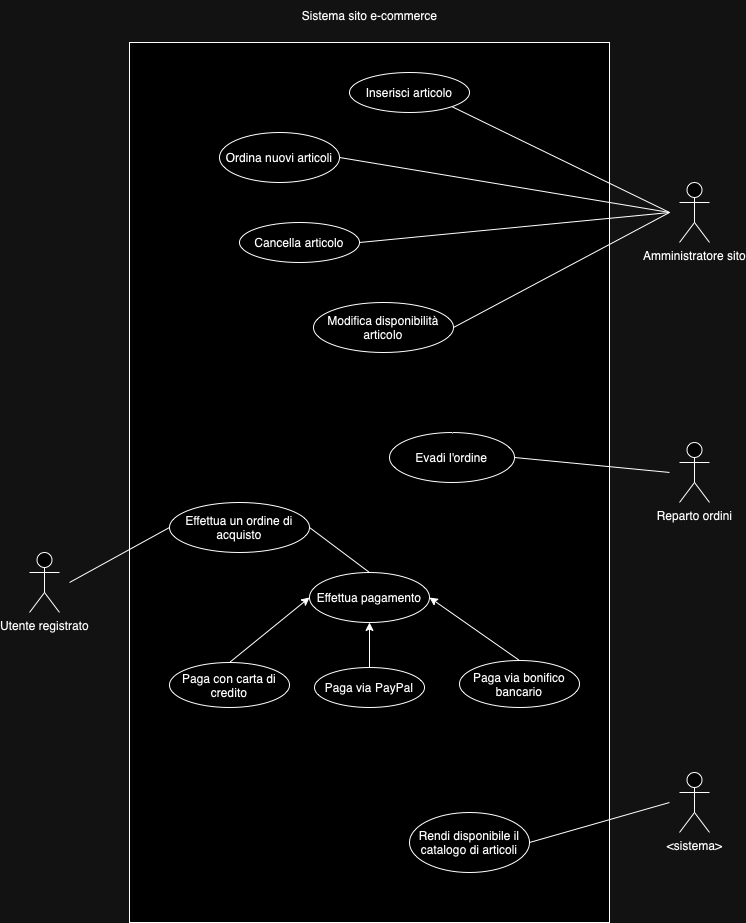
Above: PNG/Diagramma use case.png in nicolaschianchiitis/Sistema-Sito-e-commerce (draw.io), before the change. Source tidied: cells renumbered, new cells last; positions are measured from the earlier drawing's top-left corner, leaving out a move shared by most shapes.
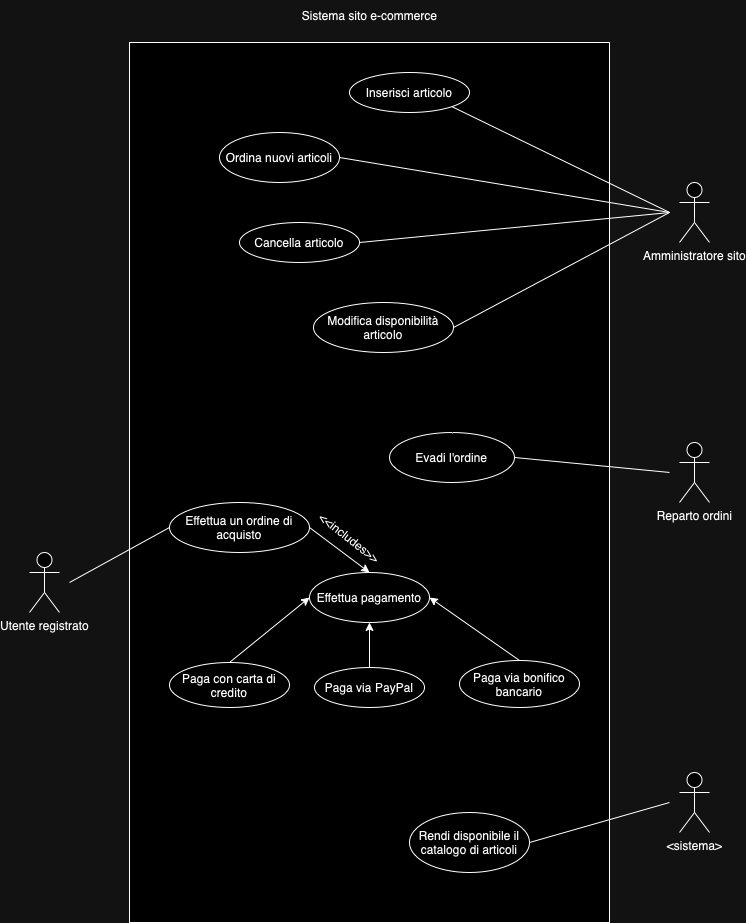
Above is the later version.

The edit, as a diff of the source:
```diff
@@ -39,7 +39,7 @@
     <mxCell id="12" value="Effettua pagamento" style="ellipse;whiteSpace=wrap;html=1;" parent="1" vertex="1">
       <mxGeometry x="280" y="572" width="120" height="50" as="geometry" />
     </mxCell>
-    <mxCell id="13" style="endArrow=none;html=1;rounded=0;exitX=1;exitY=0.5;exitDx=0;exitDy=0;entryX=0.5;entryY=0;entryDx=0;entryDy=0;" parent="1" edge="1" source="10" target="12">
+    <mxCell id="13" style="endArrow=classic;html=1;rounded=0;exitX=1;exitY=0.5;exitDx=0;exitDy=0;entryX=0.5;entryY=0;entryDx=0;entryDy=0;endFill=1;" parent="1" edge="1" source="10" target="12">
       <mxGeometry relative="1" as="geometry" />
     </mxCell>
     <mxCell id="14" value="Paga con carta di credito" style="ellipse;whiteSpace=wrap;html=1;" parent="1" vertex="1">
@@ -100,5 +100,8 @@
         <mxPoint x="640" y="212" as="targetPoint" />
       </mxGeometry>
     </mxCell>
+    <mxCell id="30" value="&amp;lt;&amp;lt;includes&amp;gt;&amp;gt;" style="text;html=1;align=center;verticalAlign=middle;strokeColor=none;fillColor=none;rotation=38;" parent="1" vertex="1">
+      <mxGeometry x="270" y="522" width="100" height="30" as="geometry" />
+    </mxCell>
   </root>
 </mxGraphModel>
```
